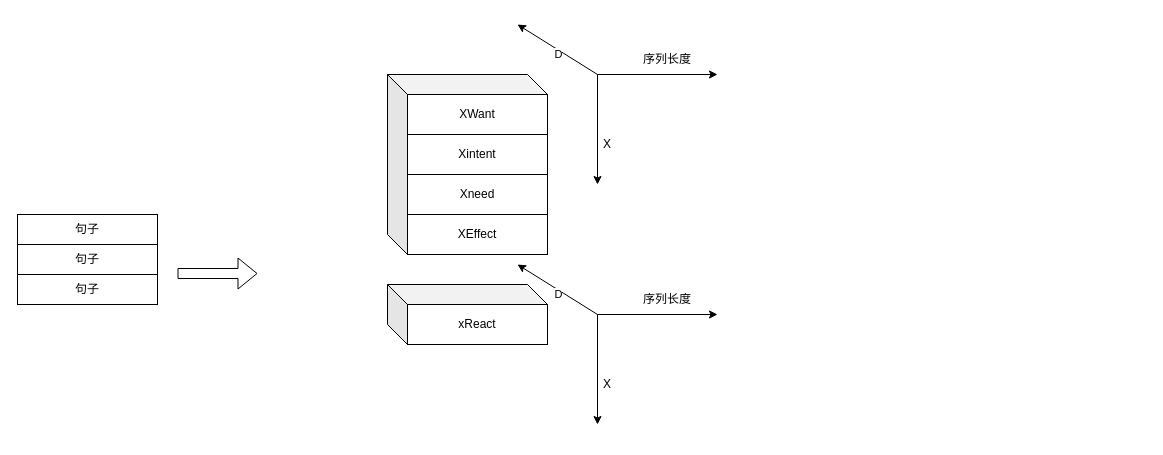
This is Untitled Diagram.drawio from ckqqqq/fuckingAlgorithmCompetition, a draw.io file, before an edit. Source tidied: cells renumbered, new cells numbered last; positions are measured from the earlier drawing's top-left corner, leaving out a move shared by most shapes. Both pictures are drawn from the tidied source at 100%, with x=0, y=0 at pixel (17, 24).
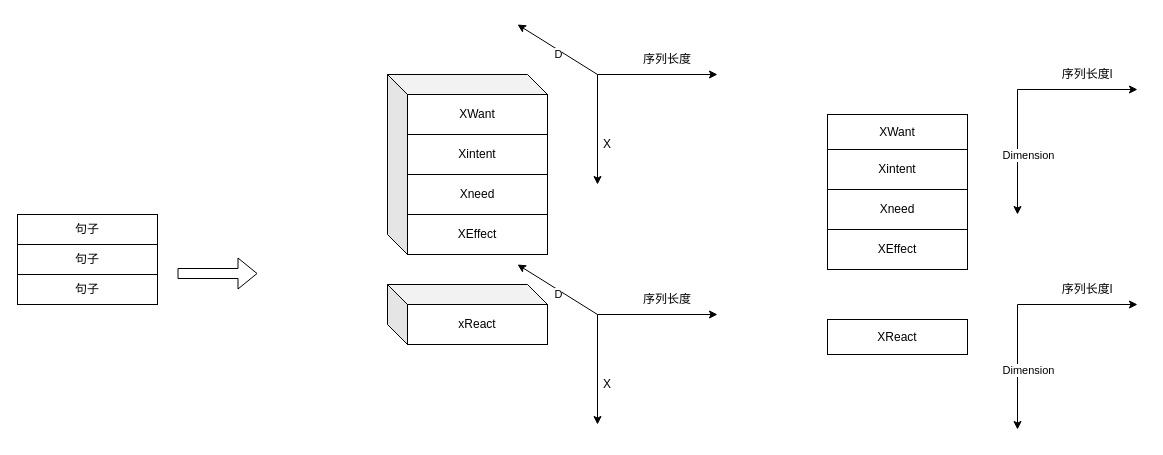
Above is the later version.

The edit, as a diff of the source:
```diff
@@
+    <mxCell id="25" style="shape=cube;whiteSpace=wrap;html=1;boundedLbl=1;backgroundOutline=1;darkOpacity=0.05;darkOpacity2=0.1;" parent="1" vertex="1">
+      <mxGeometry x="810" y="90" width="140" height="155" as="geometry" />
+    </mxCell>
+    <mxCell id="26" value="XWant" style="rounded=0;whiteSpace=wrap;html=1;" parent="1" vertex="1">
+      <mxGeometry x="810" y="90" width="140" height="35" as="geometry" />
+    </mxCell>
+    <mxCell id="27" value="Xintent" style="rounded=0;whiteSpace=wrap;html=1;" parent="1" vertex="1">
+      <mxGeometry x="810" y="125" width="140" height="40" as="geometry" />
+    </mxCell>
+    <mxCell id="28" value="Xneed" style="rounded=0;whiteSpace=wrap;html=1;" parent="1" vertex="1">
+      <mxGeometry x="810" y="165" width="140" height="40" as="geometry" />
+    </mxCell>
+    <mxCell id="29" value="XEffect" style="rounded=0;whiteSpace=wrap;html=1;" parent="1" vertex="1">
+      <mxGeometry x="810" y="205" width="140" height="40" as="geometry" />
+    </mxCell>
+    <mxCell id="30" value="序列长度l" style="text;html=1;strokeColor=none;fillColor=none;align=center;verticalAlign=middle;whiteSpace=wrap;rounded=0;" parent="1" vertex="1">
+      <mxGeometry x="1040" y="35" width="60" height="30" as="geometry" />
+    </mxCell>
+    <mxCell id="31" style="endArrow=classic;html=1;rounded=0;" parent="1" edge="1">
+      <mxGeometry relative="1" as="geometry">
+        <mxPoint x="1000" y="65" as="sourcePoint" />
+        <mxPoint x="1120" y="65" as="targetPoint" />
+      </mxGeometry>
+    </mxCell>
+    <mxCell id="32" style="endArrow=classic;html=1;rounded=0;" parent="1" edge="1">
+      <mxGeometry relative="1" as="geometry">
+        <mxPoint x="1000" y="65" as="sourcePoint" />
+        <mxPoint x="1000" y="190" as="targetPoint" />
+      </mxGeometry>
+    </mxCell>
+    <mxCell id="33" value="Dimension" style="edgeLabel;html=1;align=center;verticalAlign=middle;" parent="32" vertex="1">
+      <mxGeometry x="-0.59" y="1" relative="1" as="geometry">
+        <mxPoint x="9" y="39" as="offset" />
+      </mxGeometry>
+    </mxCell>
+    <mxCell id="34" value="序列长度l" style="text;html=1;strokeColor=none;fillColor=none;align=center;verticalAlign=middle;whiteSpace=wrap;rounded=0;" parent="1" vertex="1">
+      <mxGeometry x="1040" y="250" width="60" height="30" as="geometry" />
+    </mxCell>
+    <mxCell id="35" style="endArrow=classic;html=1;rounded=0;" parent="1" edge="1">
+      <mxGeometry relative="1" as="geometry">
+        <mxPoint x="1000" y="280" as="sourcePoint" />
+        <mxPoint x="1120" y="280" as="targetPoint" />
+      </mxGeometry>
+    </mxCell>
+    <mxCell id="36" style="endArrow=classic;html=1;rounded=0;" parent="1" edge="1">
+      <mxGeometry relative="1" as="geometry">
+        <mxPoint x="1000" y="280" as="sourcePoint" />
+        <mxPoint x="1000" y="405" as="targetPoint" />
+      </mxGeometry>
+    </mxCell>
+    <mxCell id="37" value="Dimension" style="edgeLabel;html=1;align=center;verticalAlign=middle;" parent="36" vertex="1">
+      <mxGeometry x="-0.59" y="1" relative="1" as="geometry">
+        <mxPoint x="9" y="39" as="offset" />
+      </mxGeometry>
+    </mxCell>
+    <mxCell id="38" value="XReact" style="rounded=0;whiteSpace=wrap;html=1;" parent="1" vertex="1">
+      <mxGeometry x="810" y="295" width="140" height="35" as="geometry" />
+    </mxCell>
```
